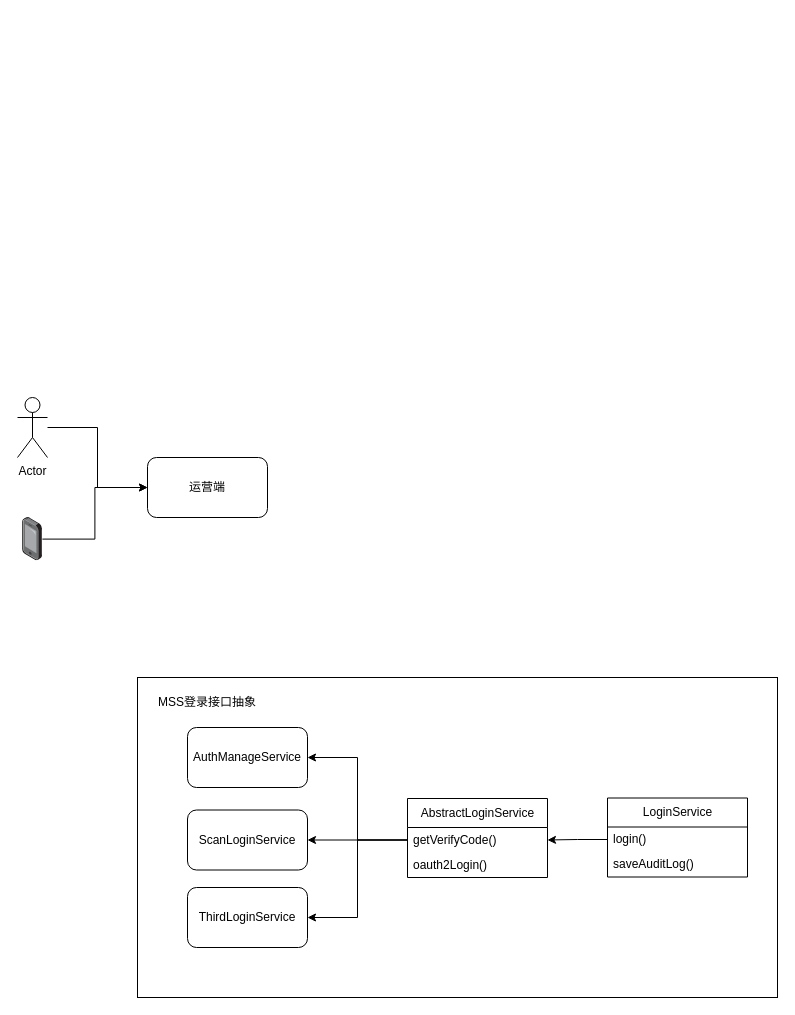
Before: ah-security/src/main/java/com/zhansc/ahsecurity/mss/mss登录认证.drawio in zhansc/worksheet, a draw.io diagram. Source tidied: cells renumbered, new cells numbered last; positions are measured from the earlier drawing's top-left corner, leaving out a move shared by most shapes. Both pictures are drawn from the tidied source at 100%, with x=0, y=0 at pixel (17, 397).
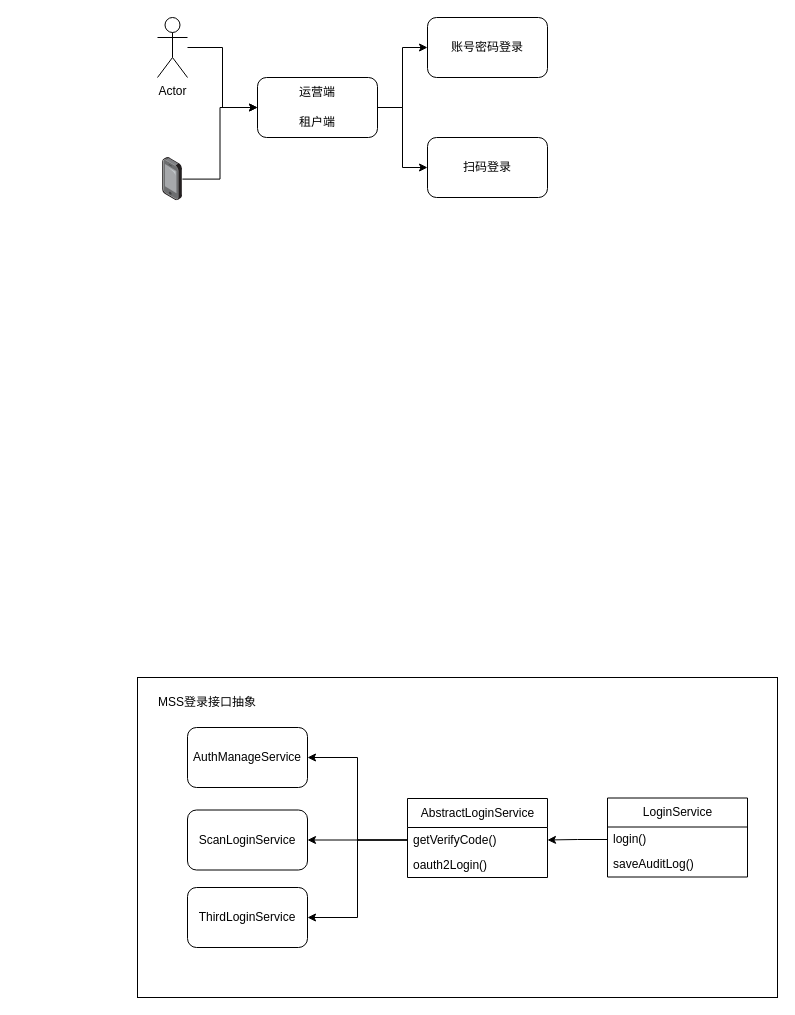
The same diagram, later.

Commit message:
更新mss登录认证.drawio

Change to the diagram source:
```diff
@@
-    <mxCell id="3" value="运营端" style="rounded=1;whiteSpace=wrap;html=1;" parent="1" vertex="1">
-      <mxGeometry x="130" y="60" width="120" height="60" as="geometry" />
-    </mxCell>
-    <mxCell id="4" style="edgeStyle=orthogonalEdgeStyle;rounded=0;jettySize=auto;html=1;" parent="1" edge="1" source="5" target="3">
-      <mxGeometry relative="1" as="geometry" />
-    </mxCell>
+    <mxCell id="22" style="edgeStyle=orthogonalEdgeStyle;rounded=0;jettySize=auto;html=1;entryX=0;entryY=0.5;entryDx=0;entryDy=0;" parent="1" edge="1" source="5" target="26">
+      <mxGeometry relative="1" as="geometry" />
+    </mxCell>
     <mxCell id="5" value="Actor" style="shape=umlActor;verticalLabelPosition=bottom;verticalAlign=top;html=1;outlineConnect=0;" parent="1" vertex="1">
-      <mxGeometry width="30" height="60" as="geometry" />
+      <mxGeometry x="140" y="-380" width="30" height="60" as="geometry" />
     </mxCell>
-    <mxCell id="6" style="edgeStyle=orthogonalEdgeStyle;rounded=0;jettySize=auto;html=1;entryX=0;entryY=0.5;entryDx=0;entryDy=0;" parent="1" edge="1" source="7" target="3">
-      <mxGeometry relative="1" as="geometry" />
-    </mxCell>
+    <mxCell id="23" style="edgeStyle=orthogonalEdgeStyle;rounded=0;jettySize=auto;html=1;entryX=0;entryY=0.5;entryDx=0;entryDy=0;" parent="1" edge="1" source="7" target="26">
+      <mxGeometry relative="1" as="geometry" />
+    </mxCell>
     <mxCell id="7" style="points=[];html=1;align=center;shadow=0;dashed=0;image;image=img/lib/allied_telesis/computer_and_terminals/Smartphone.svg;" parent="1" vertex="1">
-      <mxGeometry x="5.1" y="120" width="19.8" height="43.2" as="geometry" />
+      <mxGeometry x="145.1" y="-240" width="19.8" height="43.2" as="geometry" />
     </mxCell>
@@
+    <mxCell id="24" style="edgeStyle=orthogonalEdgeStyle;rounded=0;jettySize=auto;html=1;entryX=0;entryY=0.5;entryDx=0;entryDy=0;" parent="1" edge="1" source="26" target="28">
+      <mxGeometry relative="1" as="geometry" />
+    </mxCell>
+    <mxCell id="25" style="edgeStyle=orthogonalEdgeStyle;rounded=0;jettySize=auto;html=1;" parent="1" edge="1" source="26" target="29">
+      <mxGeometry relative="1" as="geometry" />
+    </mxCell>
+    <mxCell id="26" style="rounded=1;whiteSpace=wrap;html=1;" parent="1" vertex="1">
+      <mxGeometry x="240" y="-320" width="120" height="60" as="geometry" />
+    </mxCell>
+    <mxCell id="3" value="运营端" style="text;html=1;strokeColor=none;fillColor=none;align=center;verticalAlign=middle;whiteSpace=wrap;rounded=0;" parent="1" vertex="1">
+      <mxGeometry x="270" y="-320" width="60" height="30" as="geometry" />
+    </mxCell>
+    <mxCell id="27" value="租户端" style="text;html=1;strokeColor=none;fillColor=none;align=center;verticalAlign=middle;whiteSpace=wrap;rounded=0;" parent="1" vertex="1">
+      <mxGeometry x="270" y="-290" width="60" height="30" as="geometry" />
+    </mxCell>
+    <mxCell id="28" value="账号密码登录" style="rounded=1;whiteSpace=wrap;html=1;" parent="1" vertex="1">
+      <mxGeometry x="410" y="-380" width="120" height="60" as="geometry" />
+    </mxCell>
+    <mxCell id="29" value="扫码登录" style="rounded=1;whiteSpace=wrap;html=1;" parent="1" vertex="1">
+      <mxGeometry x="410" y="-260" width="120" height="60" as="geometry" />
+    </mxCell>
```
